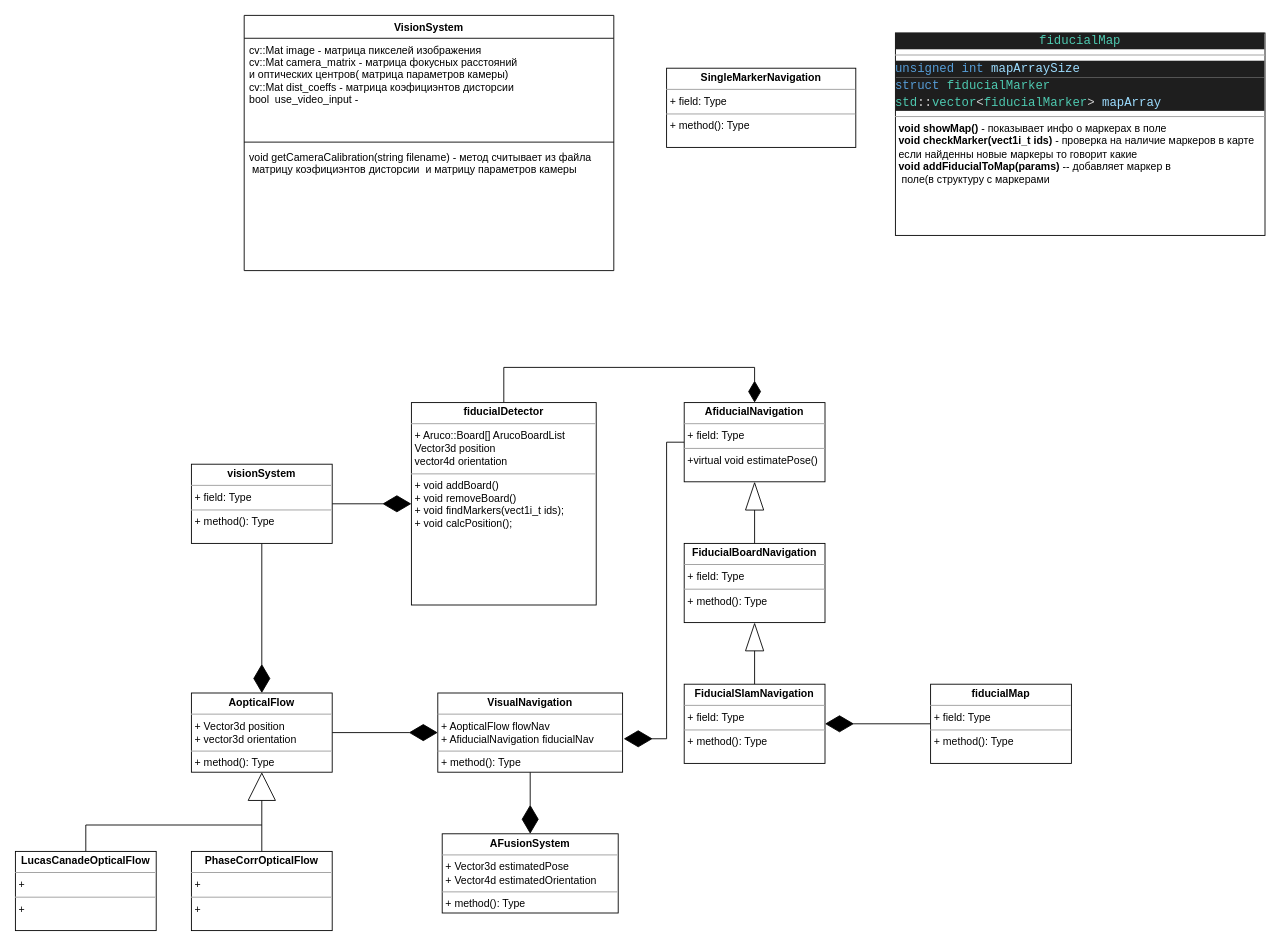
Earlier version of the draw.io diagram config/class.drawio (MKargus0/fiducial_slam). Source tidied: cells renumbered, new cells numbered last; positions are measured from the earlier drawing's top-left corner, leaving out a move shared by most shapes. Both pictures are drawn from the tidied source at 88%, with x=0, y=0 at pixel (15, 15).
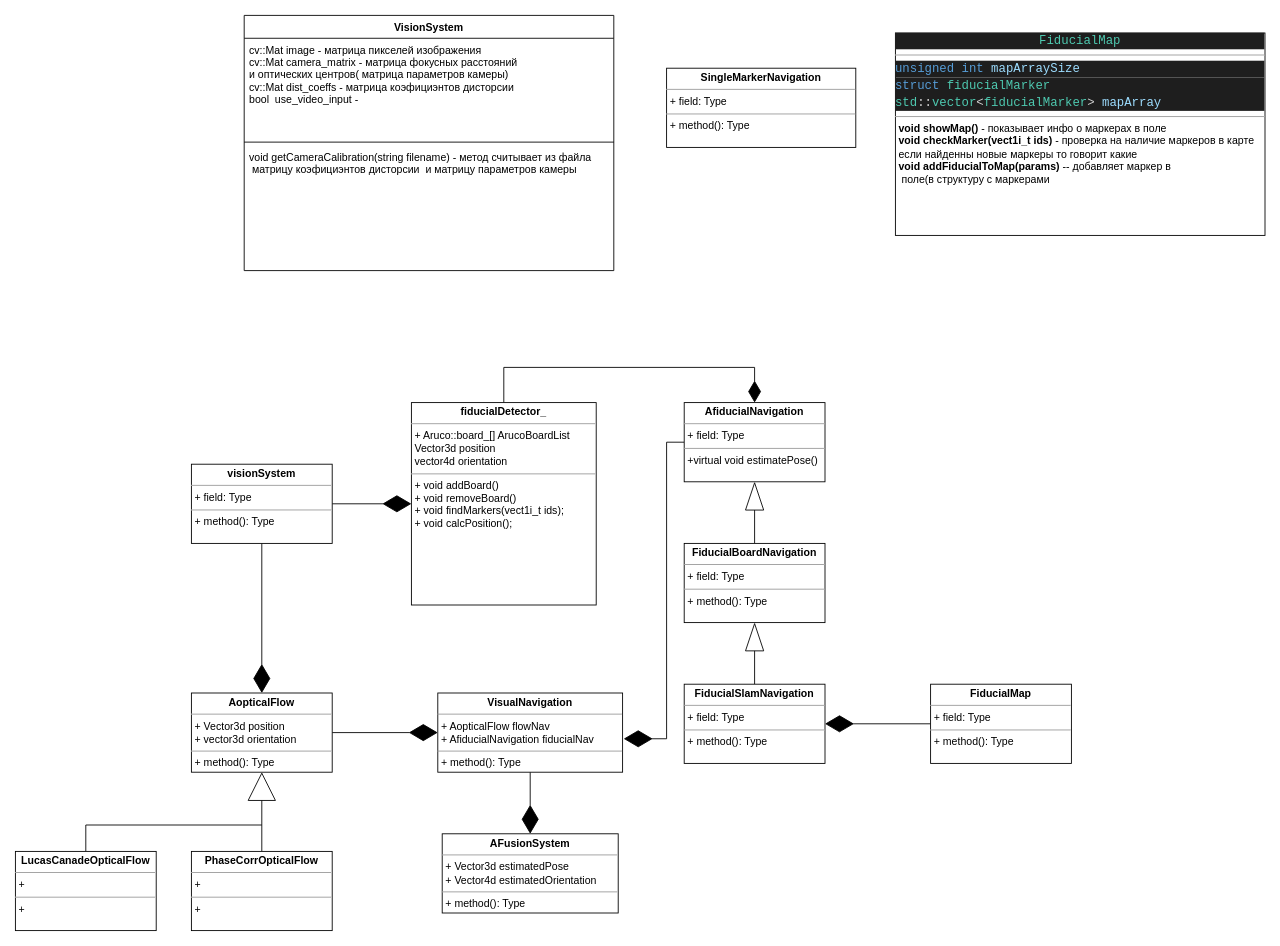
The same page after the edit.

Change to the diagram source:
```diff
@@
-    <mxCell id="2" value="&lt;div style=&quot;text-align: center ; color: rgb(212 , 212 , 212) ; background-color: rgb(30 , 30 , 30) ; font-family: &amp;#34;droid sans mono&amp;#34; , monospace , monospace , &amp;#34;droid sans fallback&amp;#34; ; font-size: 14px ; line-height: 19px&quot;&gt;&lt;span style=&quot;color: #4ec9b0&quot;&gt;fiducialMap&lt;/span&gt;&lt;/div&gt;&lt;hr size=&quot;1&quot;&gt;&lt;div style=&quot;color: rgb(212 , 212 , 212) ; background-color: rgb(30 , 30 , 30) ; font-family: &amp;#34;droid sans mono&amp;#34; , monospace , monospace , &amp;#34;droid sans fallback&amp;#34; ; font-size: 14px ; line-height: 19px&quot;&gt;&lt;span style=&quot;color: #569cd6&quot;&gt;unsigned&lt;/span&gt; &lt;span style=&quot;color: #569cd6&quot;&gt;int&lt;/span&gt; &lt;span style=&quot;color: #9cdcfe&quot;&gt;mapArraySize&lt;/span&gt; &lt;/div&gt;&lt;div style=&quot;color: rgb(212 , 212 , 212) ; background-color: rgb(30 , 30 , 30) ; font-family: &amp;#34;droid sans mono&amp;#34; , monospace , monospace , &amp;#34;droid sans fallback&amp;#34; ; font-size: 14px ; line-height: 19px&quot;&gt;&lt;span style=&quot;color: #569cd6&quot;&gt;struct&lt;/span&gt; &lt;span style=&quot;color: #4ec9b0&quot;&gt;fiducialMarker&lt;br&gt;&lt;/span&gt;&lt;div style=&quot;font-family: &amp;#34;droid sans mono&amp;#34; , monospace , monospace , &amp;#34;droid sans fallback&amp;#34; ; line-height: 19px&quot;&gt;&lt;span style=&quot;color: #4ec9b0&quot;&gt;std&lt;/span&gt;::&lt;span style=&quot;color: #4ec9b0&quot;&gt;vector&lt;/span&gt;&amp;lt;&lt;span style=&quot;color: #4ec9b0&quot;&gt;fiducialMarker&lt;/span&gt;&amp;gt; &lt;span style=&quot;color: #9cdcfe&quot;&gt;mapArray&lt;/span&gt;&lt;/div&gt;&lt;/div&gt;&lt;hr size=&quot;1&quot;&gt;&lt;p style=&quot;margin: 0px ; margin-left: 4px&quot;&gt;&lt;b&gt;void showMap()&lt;/b&gt; - показывает инфо о маркерах в поле&lt;/p&gt;&lt;p style=&quot;margin: 0px ; margin-left: 4px&quot;&gt;&lt;b&gt;void checkMarker(vect1i_t ids)&lt;/b&gt; - проверка на наличие маркеров в карте&lt;/p&gt;&lt;p style=&quot;margin: 0px ; margin-left: 4px&quot;&gt;если найденны новые маркеры то говорит какие&lt;/p&gt;&lt;p style=&quot;margin: 0px ; margin-left: 4px&quot;&gt;&lt;b&gt;void addFiducialToMap(params)&lt;/b&gt; -- добавляет маркер в&lt;br&gt;&amp;nbsp;поле(в структуру с маркерами&lt;/p&gt;&lt;p style=&quot;margin: 0px ; margin-left: 4px&quot;&gt;&lt;br&gt;&lt;br&gt;&lt;/p&gt;&lt;p style=&quot;margin: 0px ; margin-left: 4px&quot;&gt;&lt;br&gt;&lt;br&gt;&lt;br&gt;&lt;/p&gt;" style="verticalAlign=top;align=left;overflow=fill;fontSize=12;fontFamily=Helvetica;html=1;" parent="1" vertex="1">
+    <mxCell id="2" value="&lt;div style=&quot;text-align: center ; color: rgb(212 , 212 , 212) ; background-color: rgb(30 , 30 , 30) ; font-family: &amp;#34;droid sans mono&amp;#34; , monospace , monospace , &amp;#34;droid sans fallback&amp;#34; ; font-size: 14px ; line-height: 19px&quot;&gt;&lt;span style=&quot;color: #4ec9b0&quot;&gt;FiducialMap&lt;/span&gt;&lt;/div&gt;&lt;hr size=&quot;1&quot;&gt;&lt;div style=&quot;color: rgb(212 , 212 , 212) ; background-color: rgb(30 , 30 , 30) ; font-family: &amp;#34;droid sans mono&amp;#34; , monospace , monospace , &amp;#34;droid sans fallback&amp;#34; ; font-size: 14px ; line-height: 19px&quot;&gt;&lt;span style=&quot;color: #569cd6&quot;&gt;unsigned&lt;/span&gt; &lt;span style=&quot;color: #569cd6&quot;&gt;int&lt;/span&gt; &lt;span style=&quot;color: #9cdcfe&quot;&gt;mapArraySize&lt;/span&gt; &lt;/div&gt;&lt;div style=&quot;color: rgb(212 , 212 , 212) ; background-color: rgb(30 , 30 , 30) ; font-family: &amp;#34;droid sans mono&amp;#34; , monospace , monospace , &amp;#34;droid sans fallback&amp;#34; ; font-size: 14px ; line-height: 19px&quot;&gt;&lt;span style=&quot;color: #569cd6&quot;&gt;struct&lt;/span&gt; &lt;span style=&quot;color: #4ec9b0&quot;&gt;fiducialMarker&lt;br&gt;&lt;/span&gt;&lt;div style=&quot;font-family: &amp;#34;droid sans mono&amp;#34; , monospace , monospace , &amp;#34;droid sans fallback&amp;#34; ; line-height: 19px&quot;&gt;&lt;span style=&quot;color: #4ec9b0&quot;&gt;std&lt;/span&gt;::&lt;span style=&quot;color: #4ec9b0&quot;&gt;vector&lt;/span&gt;&amp;lt;&lt;span style=&quot;color: #4ec9b0&quot;&gt;fiducialMarker&lt;/span&gt;&amp;gt; &lt;span style=&quot;color: #9cdcfe&quot;&gt;mapArray&lt;/span&gt;&lt;/div&gt;&lt;/div&gt;&lt;hr size=&quot;1&quot;&gt;&lt;p style=&quot;margin: 0px ; margin-left: 4px&quot;&gt;&lt;b&gt;void showMap()&lt;/b&gt; - показывает инфо о маркерах в поле&lt;/p&gt;&lt;p style=&quot;margin: 0px ; margin-left: 4px&quot;&gt;&lt;b&gt;void checkMarker(vect1i_t ids)&lt;/b&gt; - проверка на наличие маркеров в карте&lt;/p&gt;&lt;p style=&quot;margin: 0px ; margin-left: 4px&quot;&gt;если найденны новые маркеры то говорит какие&lt;/p&gt;&lt;p style=&quot;margin: 0px ; margin-left: 4px&quot;&gt;&lt;b&gt;void addFiducialToMap(params)&lt;/b&gt; -- добавляет маркер в&lt;br&gt;&amp;nbsp;поле(в структуру с маркерами&lt;/p&gt;&lt;p style=&quot;margin: 0px ; margin-left: 4px&quot;&gt;&lt;br&gt;&lt;br&gt;&lt;/p&gt;&lt;p style=&quot;margin: 0px ; margin-left: 4px&quot;&gt;&lt;br&gt;&lt;br&gt;&lt;br&gt;&lt;/p&gt;" style="verticalAlign=top;align=left;overflow=fill;fontSize=12;fontFamily=Helvetica;html=1;" parent="1" vertex="1">
       <mxGeometry x="1000" y="20" width="420" height="230" as="geometry" />
     </mxCell>
@@
-    <mxCell id="11" value="&lt;p style=&quot;margin: 0px ; margin-top: 4px ; text-align: center&quot;&gt;&lt;b&gt;fiducialDetector&lt;/b&gt;&lt;/p&gt;&lt;hr size=&quot;1&quot;&gt;&lt;p style=&quot;margin: 0px ; margin-left: 4px&quot;&gt;+ Aruco::Board[] ArucoBoardList&lt;br&gt;Vector3d position&lt;/p&gt;&lt;p style=&quot;margin: 0px ; margin-left: 4px&quot;&gt;vector4d orientation&lt;/p&gt;&lt;hr size=&quot;1&quot;&gt;&lt;p style=&quot;margin: 0px ; margin-left: 4px&quot;&gt;+ void addBoard()&lt;br&gt;+ void removeBoard()&lt;/p&gt;&lt;p style=&quot;margin: 0px ; margin-left: 4px&quot;&gt;+ void findMarkers(vect1i_t ids);&lt;/p&gt;&lt;p style=&quot;margin: 0px ; margin-left: 4px&quot;&gt;+ void calcPosition();&lt;/p&gt;&lt;p style=&quot;margin: 0px ; margin-left: 4px&quot;&gt;&lt;br&gt;&lt;/p&gt;" style="verticalAlign=top;align=left;overflow=fill;fontSize=12;fontFamily=Helvetica;html=1;" parent="1" vertex="1">
+    <mxCell id="11" value="&lt;p style=&quot;margin: 0px ; margin-top: 4px ; text-align: center&quot;&gt;&lt;b&gt;fiducialDetector_&lt;/b&gt;&lt;/p&gt;&lt;hr size=&quot;1&quot;&gt;&lt;p style=&quot;margin: 0px ; margin-left: 4px&quot;&gt;+ Aruco::board_[] ArucoBoardList&lt;br&gt;Vector3d position&lt;/p&gt;&lt;p style=&quot;margin: 0px ; margin-left: 4px&quot;&gt;vector4d orientation&lt;/p&gt;&lt;hr size=&quot;1&quot;&gt;&lt;p style=&quot;margin: 0px ; margin-left: 4px&quot;&gt;+ void addBoard()&lt;br&gt;+ void removeBoard()&lt;/p&gt;&lt;p style=&quot;margin: 0px ; margin-left: 4px&quot;&gt;+ void findMarkers(vect1i_t ids);&lt;/p&gt;&lt;p style=&quot;margin: 0px ; margin-left: 4px&quot;&gt;+ void calcPosition();&lt;/p&gt;&lt;p style=&quot;margin: 0px ; margin-left: 4px&quot;&gt;&lt;br&gt;&lt;/p&gt;" style="verticalAlign=top;align=left;overflow=fill;fontSize=12;fontFamily=Helvetica;html=1;" parent="1" vertex="1">
       <mxGeometry x="450" y="440" width="210" height="230" as="geometry" />
     </mxCell>
@@
-    <mxCell id="20" value="&lt;p style=&quot;margin: 0px ; margin-top: 4px ; text-align: center&quot;&gt;&lt;b&gt;fiducialMap&lt;/b&gt;&lt;/p&gt;&lt;hr size=&quot;1&quot;&gt;&lt;p style=&quot;margin: 0px ; margin-left: 4px&quot;&gt;+ field: Type&lt;/p&gt;&lt;hr size=&quot;1&quot;&gt;&lt;p style=&quot;margin: 0px ; margin-left: 4px&quot;&gt;+ method(): Type&lt;/p&gt;" style="verticalAlign=top;align=left;overflow=fill;fontSize=12;fontFamily=Helvetica;html=1;" parent="1" vertex="1">
+    <mxCell id="20" value="&lt;p style=&quot;margin: 0px ; margin-top: 4px ; text-align: center&quot;&gt;&lt;b&gt;FiducialMap&lt;/b&gt;&lt;/p&gt;&lt;hr size=&quot;1&quot;&gt;&lt;p style=&quot;margin: 0px ; margin-left: 4px&quot;&gt;+ field: Type&lt;/p&gt;&lt;hr size=&quot;1&quot;&gt;&lt;p style=&quot;margin: 0px ; margin-left: 4px&quot;&gt;+ method(): Type&lt;/p&gt;" style="verticalAlign=top;align=left;overflow=fill;fontSize=12;fontFamily=Helvetica;html=1;" parent="1" vertex="1">
       <mxGeometry x="1040" y="760" width="160" height="90" as="geometry" />
     </mxCell>
```
